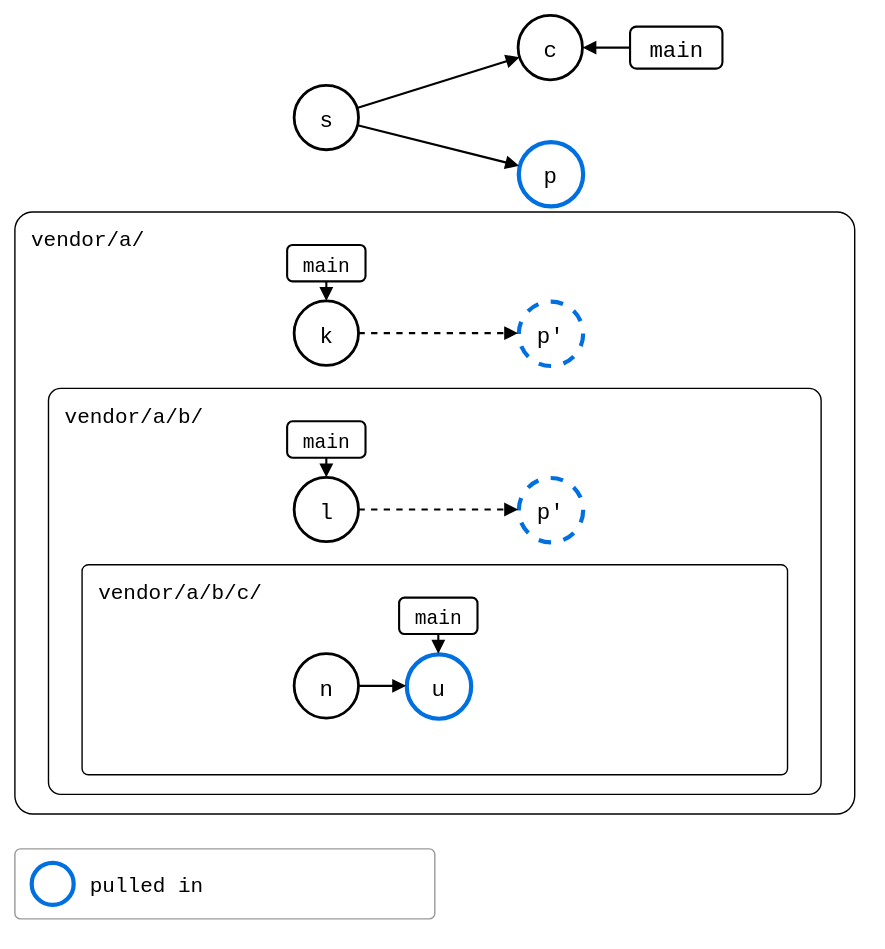
This is docs/09-scenarios/05-nested-splices/01-nested-splices/02-three-levels/rebased-at-the-conflict-lanes.drawio.svg from roschaefer/git-splice, a draw.io export, as it was before one commit. Source tidied: cells renumbered, new cells last; positions are measured from the earlier drawing's top-left corner, leaving out a move shared by most shapes. The source it was exported from:
```xml
<mxGraphModel background="#ffffff">
  <root>
    <mxCell id="0" />
    <mxCell id="1" parent="0" />
    <mxCell id="2" value="vendor/a/" style="rounded=1;arcSize=3;fillColor=none;strokeWidth=1;fontSize=15;verticalAlign=top;align=left;spacingLeft=10;spacingTop=4;fontFamily=Roboto Mono,monospace;" parent="1" vertex="1">
      <mxGeometry y="140" width="600" height="430" as="geometry" />
    </mxCell>
    <mxCell id="3" value="vendor/a/b/" style="rounded=1;arcSize=3;fillColor=none;strokeWidth=1;fontSize=15;verticalAlign=top;align=left;spacingLeft=10;spacingTop=4;fontFamily=Roboto Mono,monospace;" parent="1" vertex="1">
      <mxGeometry x="24" y="266" width="552" height="290" as="geometry" />
    </mxCell>
    <mxCell id="4" value="vendor/a/b/c/" style="rounded=1;arcSize=3;fillColor=none;strokeWidth=1;fontSize=15;verticalAlign=top;align=left;spacingLeft=10;spacingTop=4;fontFamily=Roboto Mono,monospace;" parent="1" vertex="1">
      <mxGeometry x="48" y="392" width="504" height="150" as="geometry" />
    </mxCell>
    <mxCell id="5" value="s" style="ellipse;strokeWidth=2;fontSize=16;fontFamily=Roboto Mono,monospace;" parent="1" vertex="1">
      <mxGeometry x="200" y="50" width="46" height="46" as="geometry" />
    </mxCell>
    <mxCell id="6" value="c" style="ellipse;strokeWidth=2;fontSize=16;fontFamily=Roboto Mono,monospace;" parent="1" vertex="1">
      <mxGeometry x="360" width="46" height="46" as="geometry" />
    </mxCell>
    <mxCell id="7" value="p" style="ellipse;strokeWidth=2;fontSize=16;fontFamily=Roboto Mono,monospace;strokeColor=#0070E0;strokeWidth=3;" parent="1" vertex="1">
      <mxGeometry x="360" y="90" width="46" height="46" as="geometry" />
    </mxCell>
    <mxCell id="8" value="k" style="ellipse;strokeWidth=2;fontSize=16;fontFamily=Roboto Mono,monospace;" parent="1" vertex="1">
      <mxGeometry x="200" y="204" width="46" height="46" as="geometry" />
    </mxCell>
    <mxCell id="9" value="p'" style="ellipse;strokeWidth=2;fontSize=16;fontFamily=Roboto Mono,monospace;strokeColor=#0070E0;strokeWidth=3;dashed=1;" parent="1" vertex="1">
      <mxGeometry x="360" y="204" width="46" height="46" as="geometry" />
    </mxCell>
    <mxCell id="10" value="l" style="ellipse;strokeWidth=2;fontSize=16;fontFamily=Roboto Mono,monospace;" parent="1" vertex="1">
      <mxGeometry x="200" y="330" width="46" height="46" as="geometry" />
    </mxCell>
    <mxCell id="11" value="p'" style="ellipse;strokeWidth=2;fontSize=16;fontFamily=Roboto Mono,monospace;strokeColor=#0070E0;strokeWidth=3;dashed=1;" parent="1" vertex="1">
      <mxGeometry x="360" y="330" width="46" height="46" as="geometry" />
    </mxCell>
    <mxCell id="12" value="n" style="ellipse;strokeWidth=2;fontSize=16;fontFamily=Roboto Mono,monospace;" parent="1" vertex="1">
      <mxGeometry x="200" y="456" width="46" height="46" as="geometry" />
    </mxCell>
    <mxCell id="13" value="u" style="ellipse;strokeWidth=2;fontSize=16;fontFamily=Roboto Mono,monospace;strokeColor=#0070E0;strokeWidth=3;" parent="1" vertex="1">
      <mxGeometry x="280" y="456" width="46" height="46" as="geometry" />
    </mxCell>
    <mxCell id="14" style="endArrow=block;endFill=1;html=1;strokeWidth=1.5;rounded=0;" parent="1" edge="1" source="5" target="6">
      <mxGeometry relative="1" as="geometry" />
    </mxCell>
    <mxCell id="15" style="endArrow=block;endFill=1;html=1;strokeWidth=1.5;rounded=0;" parent="1" edge="1" source="5" target="7">
      <mxGeometry relative="1" as="geometry" />
    </mxCell>
    <mxCell id="16" style="endArrow=block;endFill=1;html=1;strokeWidth=1.5;rounded=0;dashed=1;" parent="1" edge="1" source="8" target="9">
      <mxGeometry relative="1" as="geometry" />
    </mxCell>
    <mxCell id="17" style="endArrow=block;endFill=1;html=1;strokeWidth=1.5;rounded=0;dashed=1;" parent="1" edge="1" source="10" target="11">
      <mxGeometry relative="1" as="geometry" />
    </mxCell>
    <mxCell id="18" style="endArrow=block;endFill=1;html=1;strokeWidth=1.5;rounded=0;" parent="1" edge="1" source="12" target="13">
      <mxGeometry relative="1" as="geometry" />
    </mxCell>
    <mxCell id="19" value="main" style="rounded=1;strokeWidth=1.5;fontSize=16;fontFamily=Roboto Mono,monospace;" parent="1" vertex="1">
      <mxGeometry x="440" y="8" width="66" height="30" as="geometry" />
    </mxCell>
    <mxCell id="20" style="endArrow=block;endFill=1;html=1;strokeWidth=1.5;rounded=0;" parent="1" edge="1" source="19" target="6">
      <mxGeometry relative="1" as="geometry" />
    </mxCell>
    <mxCell id="21" value="main" style="rounded=1;strokeWidth=1.5;fontSize=16;fontFamily=Roboto Mono,monospace;fontSize=14;" parent="1" vertex="1">
      <mxGeometry x="195" y="164" width="56" height="26" as="geometry" />
    </mxCell>
    <mxCell id="22" style="endArrow=block;endFill=1;html=1;strokeWidth=1.5;rounded=0;" parent="1" edge="1" source="21" target="8">
      <mxGeometry relative="1" as="geometry" />
    </mxCell>
    <mxCell id="23" value="main" style="rounded=1;strokeWidth=1.5;fontSize=16;fontFamily=Roboto Mono,monospace;fontSize=14;" parent="1" vertex="1">
      <mxGeometry x="195" y="290" width="56" height="26" as="geometry" />
    </mxCell>
    <mxCell id="24" style="endArrow=block;endFill=1;html=1;strokeWidth=1.5;rounded=0;" parent="1" edge="1" source="23" target="10">
      <mxGeometry relative="1" as="geometry" />
    </mxCell>
    <mxCell id="25" value="main" style="rounded=1;strokeWidth=1.5;fontSize=16;fontFamily=Roboto Mono,monospace;fontSize=14;" parent="1" vertex="1">
      <mxGeometry x="275" y="416" width="56" height="26" as="geometry" />
    </mxCell>
    <mxCell id="26" style="endArrow=block;endFill=1;html=1;strokeWidth=1.5;rounded=0;" parent="1" edge="1" source="25" target="13">
      <mxGeometry relative="1" as="geometry" />
    </mxCell>
    <mxCell id="27" style="rounded=1;arcSize=8;fillColor=none;strokeColor=#999999;strokeWidth=1;legend=1;" parent="1" vertex="1">
      <mxGeometry y="595" width="300" height="50" as="geometry" />
    </mxCell>
    <mxCell id="28" style="ellipse;fontSize=13;fontFamily=Roboto Mono,monospace;strokeWidth=2;strokeColor=#0070E0;strokeWidth=3;" parent="27" vertex="1">
      <mxGeometry x="12" y="10" width="30" height="30" as="geometry" />
    </mxCell>
    <mxCell id="29" value="pulled in" style="text;align=left;verticalAlign=middle;fontSize=15;fontFamily=Roboto Mono,monospace;" parent="27" vertex="1">
      <mxGeometry x="52" y="10" width="200" height="30" as="geometry" />
    </mxCell>
  </root>
</mxGraphModel>
```
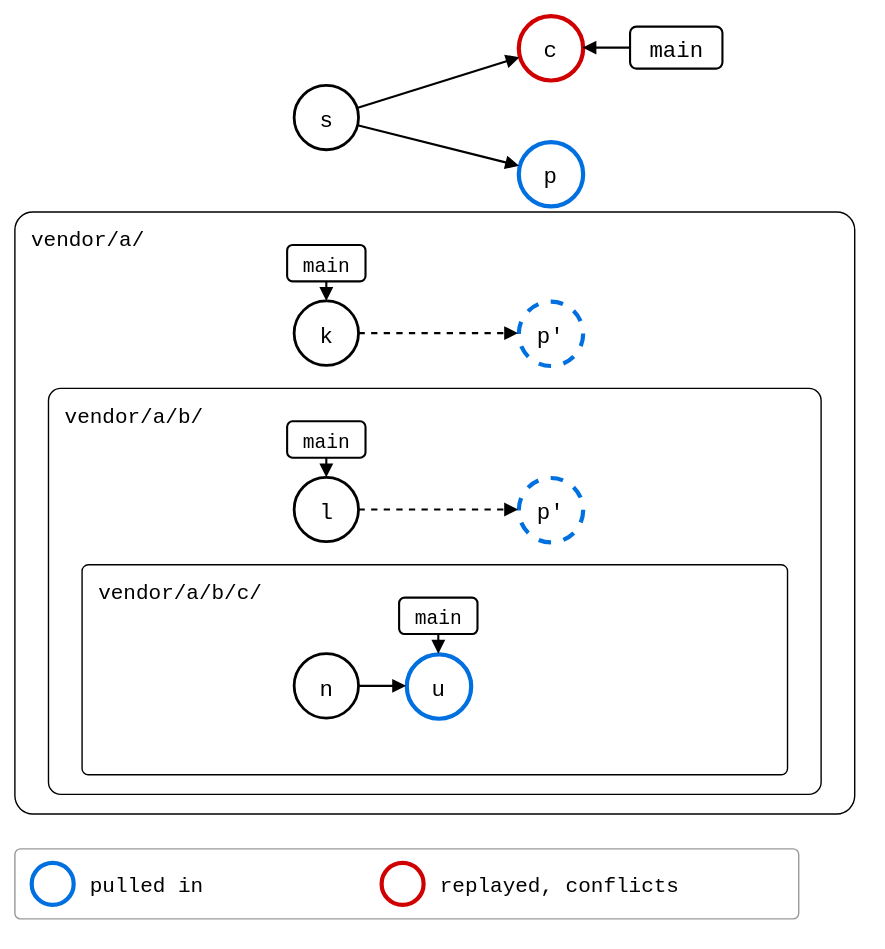
The same diagram one commit later.

The edit, as a diff of the source:
```diff
@@ -14,7 +14,7 @@
     <mxCell id="5" value="s" style="ellipse;strokeWidth=2;fontSize=16;fontFamily=Roboto Mono,monospace;" parent="1" vertex="1">
       <mxGeometry x="200" y="50" width="46" height="46" as="geometry" />
     </mxCell>
-    <mxCell id="6" value="c" style="ellipse;strokeWidth=2;fontSize=16;fontFamily=Roboto Mono,monospace;" parent="1" vertex="1">
+    <mxCell id="6" value="c" style="ellipse;strokeWidth=2;fontSize=16;fontFamily=Roboto Mono,monospace;strokeColor=#D00000;strokeWidth=3;" parent="1" vertex="1">
       <mxGeometry x="360" width="46" height="46" as="geometry" />
     </mxCell>
     <mxCell id="7" value="p" style="ellipse;strokeWidth=2;fontSize=16;fontFamily=Roboto Mono,monospace;strokeColor=#0070E0;strokeWidth=3;" parent="1" vertex="1">
@@ -78,7 +78,7 @@
       <mxGeometry relative="1" as="geometry" />
     </mxCell>
     <mxCell id="27" style="rounded=1;arcSize=8;fillColor=none;strokeColor=#999999;strokeWidth=1;legend=1;" parent="1" vertex="1">
-      <mxGeometry y="595" width="300" height="50" as="geometry" />
+      <mxGeometry y="595" width="560" height="50" as="geometry" />
     </mxCell>
     <mxCell id="28" style="ellipse;fontSize=13;fontFamily=Roboto Mono,monospace;strokeWidth=2;strokeColor=#0070E0;strokeWidth=3;" parent="27" vertex="1">
       <mxGeometry x="12" y="10" width="30" height="30" as="geometry" />
@@ -86,5 +86,11 @@
     <mxCell id="29" value="pulled in" style="text;align=left;verticalAlign=middle;fontSize=15;fontFamily=Roboto Mono,monospace;" parent="27" vertex="1">
       <mxGeometry x="52" y="10" width="200" height="30" as="geometry" />
     </mxCell>
+    <mxCell id="30" style="ellipse;fontSize=13;fontFamily=Roboto Mono,monospace;strokeWidth=2;strokeColor=#D00000;strokeWidth=3;" parent="27" vertex="1">
+      <mxGeometry x="262" y="10" width="30" height="30" as="geometry" />
+    </mxCell>
+    <mxCell id="31" value="replayed, conflicts" style="text;align=left;verticalAlign=middle;fontSize=15;fontFamily=Roboto Mono,monospace;" parent="27" vertex="1">
+      <mxGeometry x="302" y="10" width="200" height="30" as="geometry" />
+    </mxCell>
   </root>
 </mxGraphModel>
```
